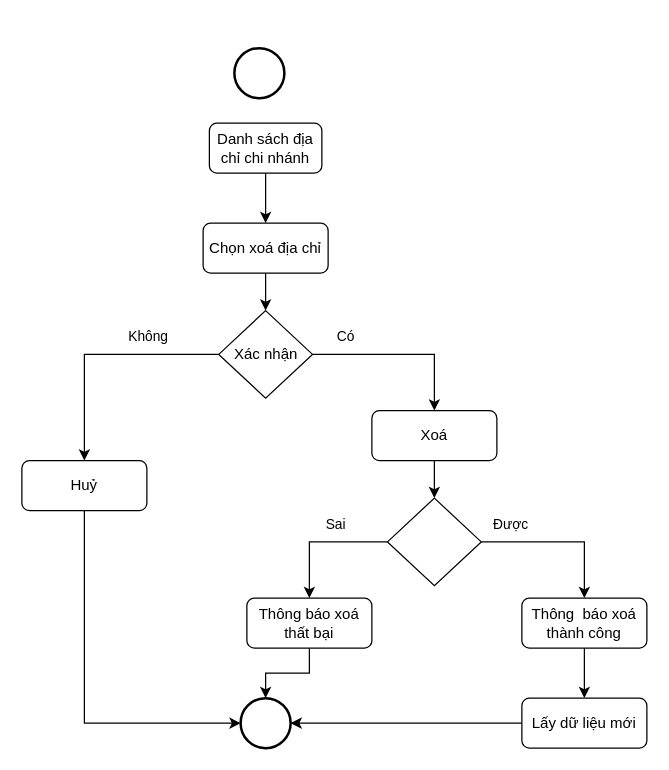
duongquocvu0411/CDSG-CNPM keeps this draw.io diagram as Admin/QuanLyChiNhanh/XoaDCAdminFl.drawio. Above is the earlier version. Source tidied: cells renumbered, new cells numbered last; positions are measured from the earlier drawing's top-left corner, leaving out a move shared by most shapes. Both pictures are drawn from the tidied source at 125%, with x=0, y=0 at pixel (21, 48).
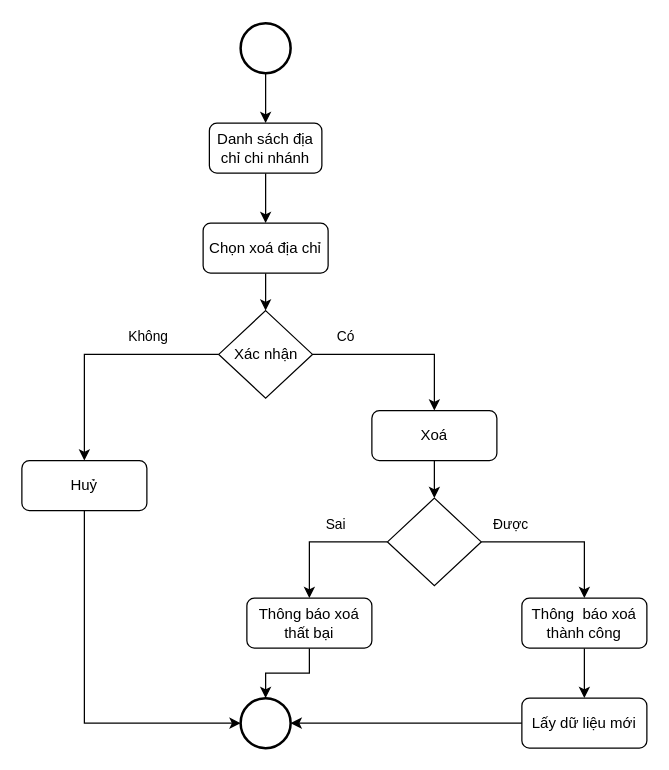
After the change.

The change refers to these unchanged cells:
```xml
<mxCell id="4" value="Danh sách địa chỉ chi nhánh" style="rounded=1;whiteSpace=wrap;html=1;" parent="1" vertex="1">
  <mxGeometry x="150" y="60" width="90" height="40" as="geometry" />
</mxCell>
```

The edit, as a diff of the source:
```diff
@@
+    <mxCell id="28" style="edgeStyle=orthogonalEdgeStyle;rounded=0;jettySize=auto;html=1;" parent="1" edge="1" source="2" target="4">
+      <mxGeometry relative="1" as="geometry" />
+    </mxCell>
     <mxCell id="2" style="strokeWidth=2;html=1;shape=mxgraph.flowchart.start_2;whiteSpace=wrap;" parent="1" vertex="1">
-      <mxGeometry x="170" width="40" height="40" as="geometry" />
+      <mxGeometry x="175" y="-20" width="40" height="40" as="geometry" />
     </mxCell>
```
